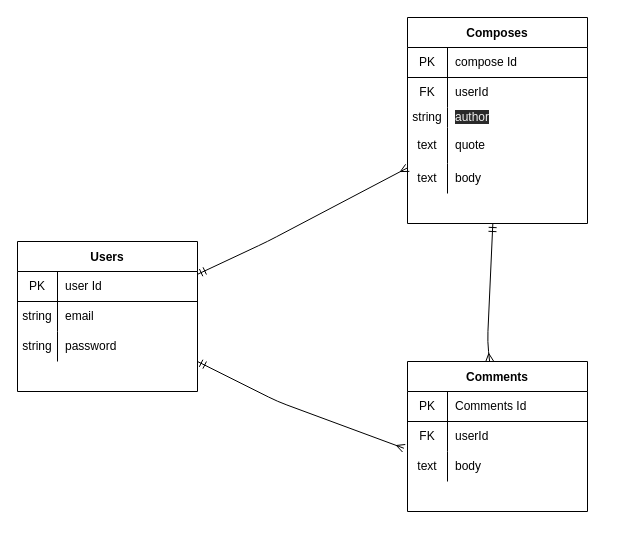
erhaneth/blockqoute keeps this draw.io diagram as bq.drawio. Above is the earlier version. Source tidied: cells renumbered, new cells numbered last; positions are measured from the earlier drawing's top-left corner, leaving out a move shared by most shapes. Both pictures are drawn from the tidied source at 100%, with x=0, y=0 at pixel (17, 17).
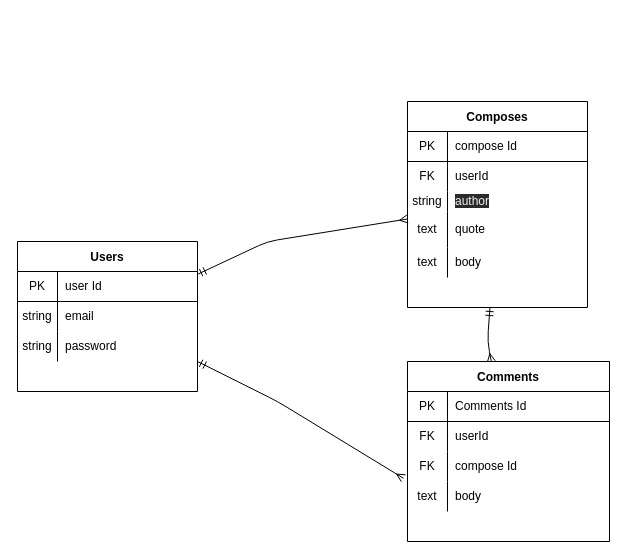
Above is the later version.

What changed in the source:
```diff
@@
     <mxCell id="15" value="Composes" style="shape=table;startSize=30;childLayout=tableLayout;rowLines=0;fontStyle=1;align=center;" parent="1" vertex="1">
-      <mxGeometry x="390" width="180" height="206" as="geometry" />
+      <mxGeometry x="390" y="84" width="180" height="206" as="geometry" />
     </mxCell>
@@
     <mxCell id="31" value="Comments" style="shape=table;startSize=30;childLayout=tableLayout;rowLines=0;fontStyle=1;align=center;" parent="1" vertex="1">
-      <mxGeometry x="390" y="344" width="180" height="150" as="geometry" />
+      <mxGeometry x="390" y="344" width="202" height="180" as="geometry" />
     </mxCell>
     <mxCell id="32" style="shape=partialRectangle;html=1;whiteSpace=wrap;fillColor=none;top=0;left=0;bottom=1;right=0;" parent="31" vertex="1">
-      <mxGeometry y="30" width="180" height="30" as="geometry" />
+      <mxGeometry y="30" width="202" height="30" as="geometry" />
     </mxCell>
@@
     <mxCell id="34" value="Comments Id" style="shape=partialRectangle;html=1;whiteSpace=wrap;fillColor=none;top=0;left=0;bottom=0;right=0;align=left;spacingLeft=6;overflow=hidden;" parent="32" vertex="1">
-      <mxGeometry x="40" width="140" height="30" as="geometry" />
+      <mxGeometry x="40" width="162" height="30" as="geometry" />
     </mxCell>
     <mxCell id="35" style="shape=partialRectangle;html=1;whiteSpace=wrap;fillColor=none;top=0;left=0;bottom=0;right=0;" parent="31" vertex="1">
-      <mxGeometry y="60" width="180" height="30" as="geometry" />
+      <mxGeometry y="60" width="202" height="30" as="geometry" />
     </mxCell>
@@
     <mxCell id="37" value="userId" style="shape=partialRectangle;html=1;whiteSpace=wrap;fillColor=none;top=0;left=0;bottom=0;right=0;align=left;spacingLeft=6;overflow=hidden;" parent="35" vertex="1">
-      <mxGeometry x="40" width="140" height="30" as="geometry" />
+      <mxGeometry x="40" width="162" height="30" as="geometry" />
     </mxCell>
+    <mxCell id="41" style="shape=partialRectangle;html=1;whiteSpace=wrap;fillColor=none;top=0;left=0;bottom=0;right=0;" parent="31" vertex="1">
+      <mxGeometry y="90" width="202" height="30" as="geometry" />
+    </mxCell>
+    <mxCell id="42" value="FK" style="shape=partialRectangle;html=1;whiteSpace=wrap;fillColor=none;top=0;left=0;bottom=0;right=0;overflow=hidden;" parent="41" vertex="1">
+      <mxGeometry width="40" height="30" as="geometry" />
+    </mxCell>
+    <mxCell id="43" value="compose Id" style="shape=partialRectangle;html=1;whiteSpace=wrap;fillColor=none;top=0;left=0;bottom=0;right=0;align=left;spacingLeft=6;overflow=hidden;" parent="41" vertex="1">
+      <mxGeometry x="40" width="162" height="30" as="geometry" />
+    </mxCell>
     <mxCell id="38" style="shape=partialRectangle;html=1;whiteSpace=wrap;fillColor=none;top=0;left=0;bottom=0;right=0;points=[[0,0.5],[1,0.5]];portConstraint=eastwest;" parent="31" vertex="1">
-      <mxGeometry y="90" width="180" height="30" as="geometry" />
+      <mxGeometry y="120" width="202" height="30" as="geometry" />
     </mxCell>
@@
     <mxCell id="40" value="body" style="shape=partialRectangle;html=1;whiteSpace=wrap;fillColor=none;top=0;left=0;bottom=0;right=0;align=left;spacingLeft=6;overflow=hidden;" parent="38" vertex="1">
-      <mxGeometry x="40" width="140" height="30" as="geometry" />
+      <mxGeometry x="40" width="162" height="30" as="geometry" />
     </mxCell>
```
